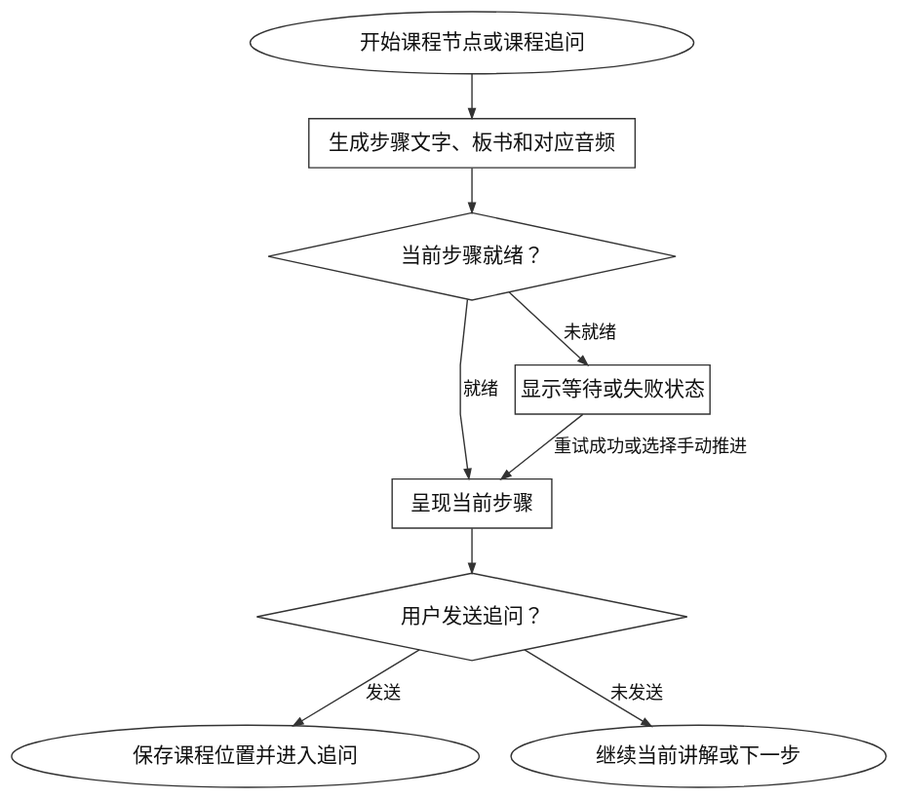
This is diagrams/learning-teach-flow.svg from tranhaianh20571-droid/computer-learning-assistant, a PlantUML export, as it was before one commit. Its source is kept beside it as diagrams/learning-teach-flow.puml.
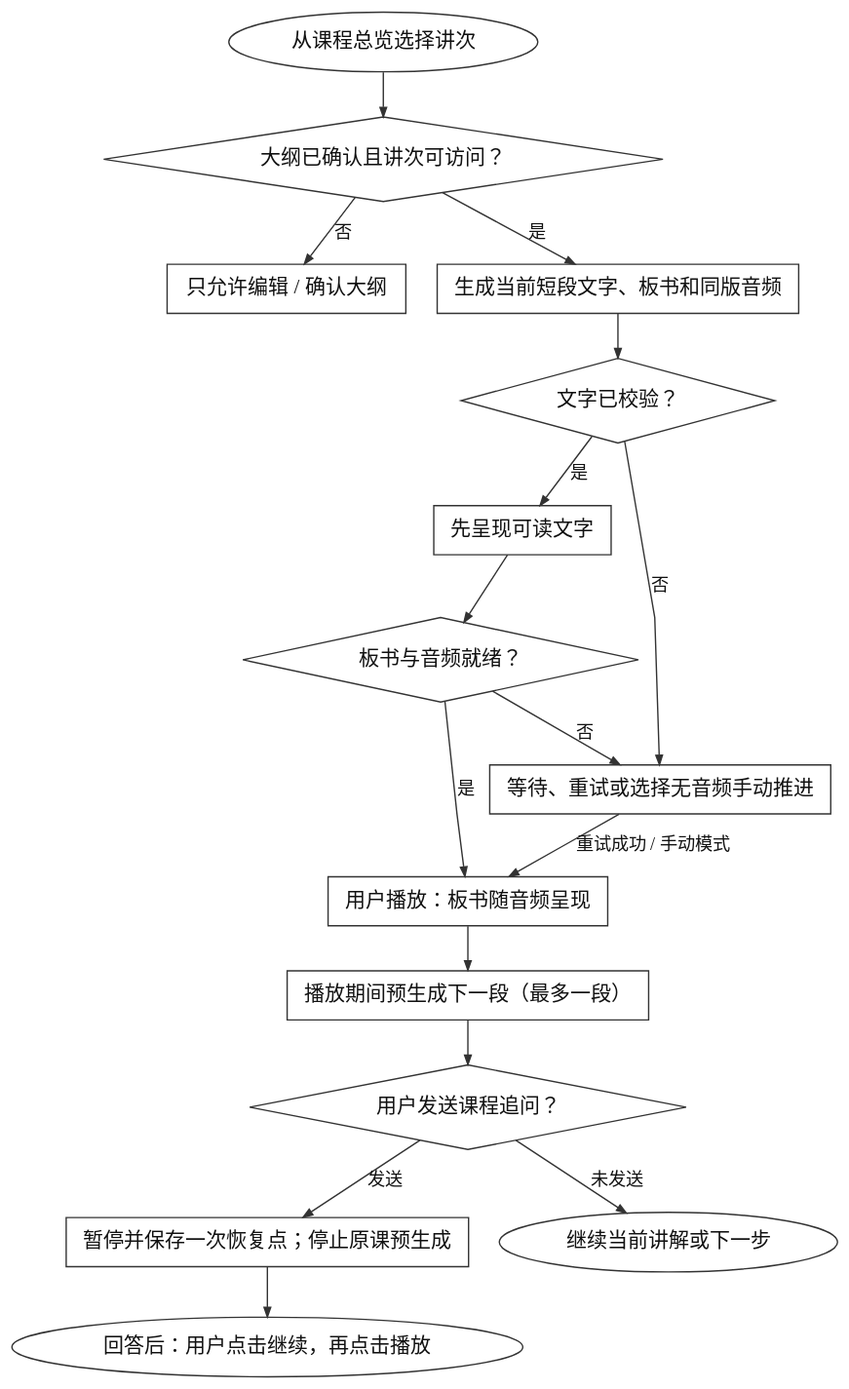
After the change.

The edit, as a diff of the source:
```diff
@@ -3,20 +3,33 @@
   graph [rankdir=TB, bgcolor="transparent", pad=0.12, nodesep=0.32, ranksep=0.45, splines=polyline]
   node [fontname="Microsoft YaHei", fontsize=15, color="#333333", fontcolor="#111111", penwidth=1, style="filled", fillcolor="#FFFFFF", margin="0.16,0.10"]
   edge [fontname="Microsoft YaHei", fontsize=13, color="#333333", fontcolor="#111111", arrowsize=0.7]
-  start [label="开始课程节点或课程追问", shape=ellipse]
-  prepare [label="生成步骤文字、板书和对应音频", shape=box]
-  ready [label="当前步骤就绪？", shape=diamond]
-  show [label="呈现当前步骤", shape=box]
-  wait [label="显示等待或失败状态", shape=box]
-  action [label="用户发送追问？", shape=diamond]
-  follow [label="保存课程位置并进入追问", shape=ellipse]
+  start [label="从课程总览选择讲次", shape=ellipse]
+  gate [label="大纲已确认且讲次可访问？", shape=diamond]
+  blocked [label="只允许编辑 / 确认大纲", shape=box]
+  prepare [label="生成当前短段文字、板书和同版音频", shape=box]
+  readable [label="文字已校验？", shape=diamond]
+  read [label="先呈现可读文字", shape=box]
+  ready [label="板书与音频就绪？", shape=diamond]
+  show [label="用户播放：板书随音频呈现", shape=box]
+  wait [label="等待、重试或选择无音频手动推进", shape=box]
+  pregen [label="播放期间预生成下一段（最多一段）", shape=box]
+  action [label="用户发送课程追问？", shape=diamond]
+  follow [label="暂停并保存一次恢复点；停止原课预生成", shape=box]
+  resume [label="回答后：用户点击继续，再点击播放", shape=ellipse]
   next [label="继续当前讲解或下一步", shape=ellipse]
-  start -> prepare -> ready
-  ready -> show [label="就绪"]
-  ready -> wait [label="未就绪"]
-  wait -> show [label="重试成功或选择手动推进"]
-  show -> action
+  start -> gate
+  gate -> blocked [label="否"]
+  gate -> prepare [label="是"]
+  prepare -> readable
+  readable -> read [label="是"]
+  readable -> wait [label="否"]
+  read -> ready
+  ready -> show [label="是"]
+  ready -> wait [label="否"]
+  wait -> show [label="重试成功 / 手动模式"]
+  show -> pregen -> action
   action -> follow [label="发送"]
+  follow -> resume
   action -> next [label="未发送"]
 }
 @enddot
```
